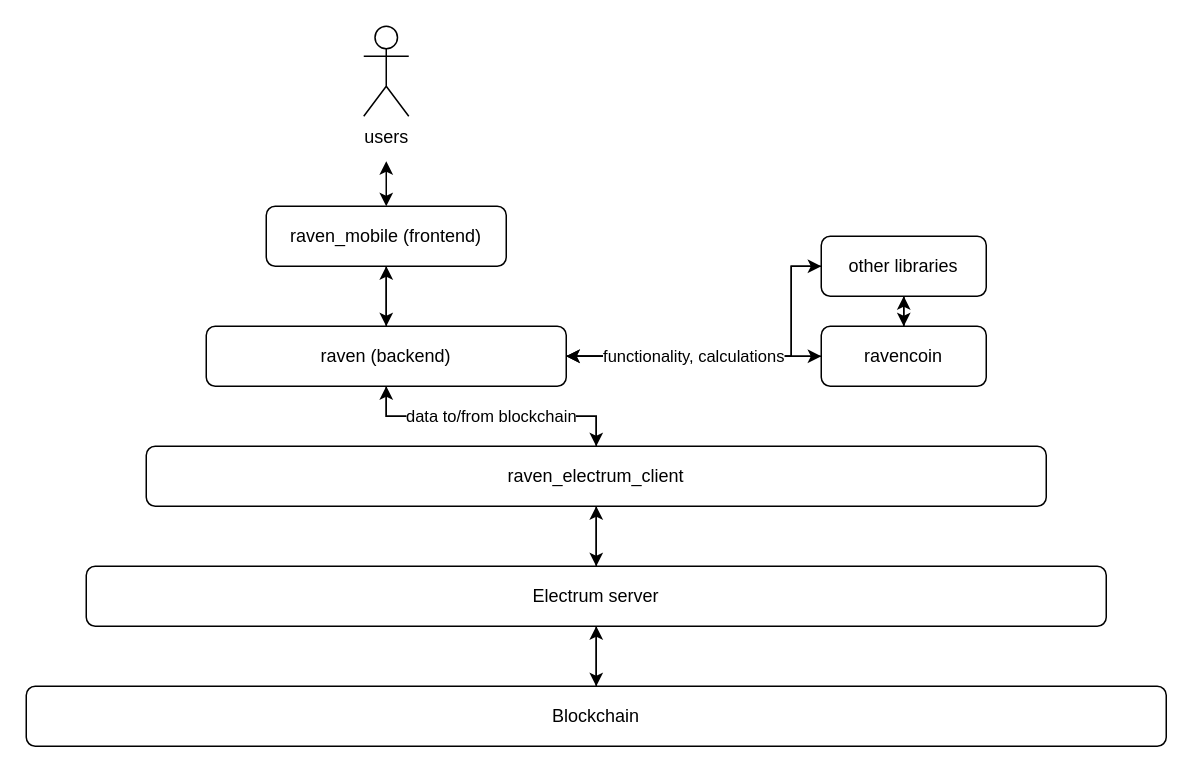
This is raven_back/docs/diagrams/communication_stack.drawio from moontreeapp/moontree, a draw.io file, before an edit. Source tidied: cells renumbered, new cells numbered last; positions are measured from the earlier drawing's top-left corner, leaving out a move shared by most shapes. Both pictures are drawn from the tidied source at 150%, with x=0, y=0 at pixel (26, 26).
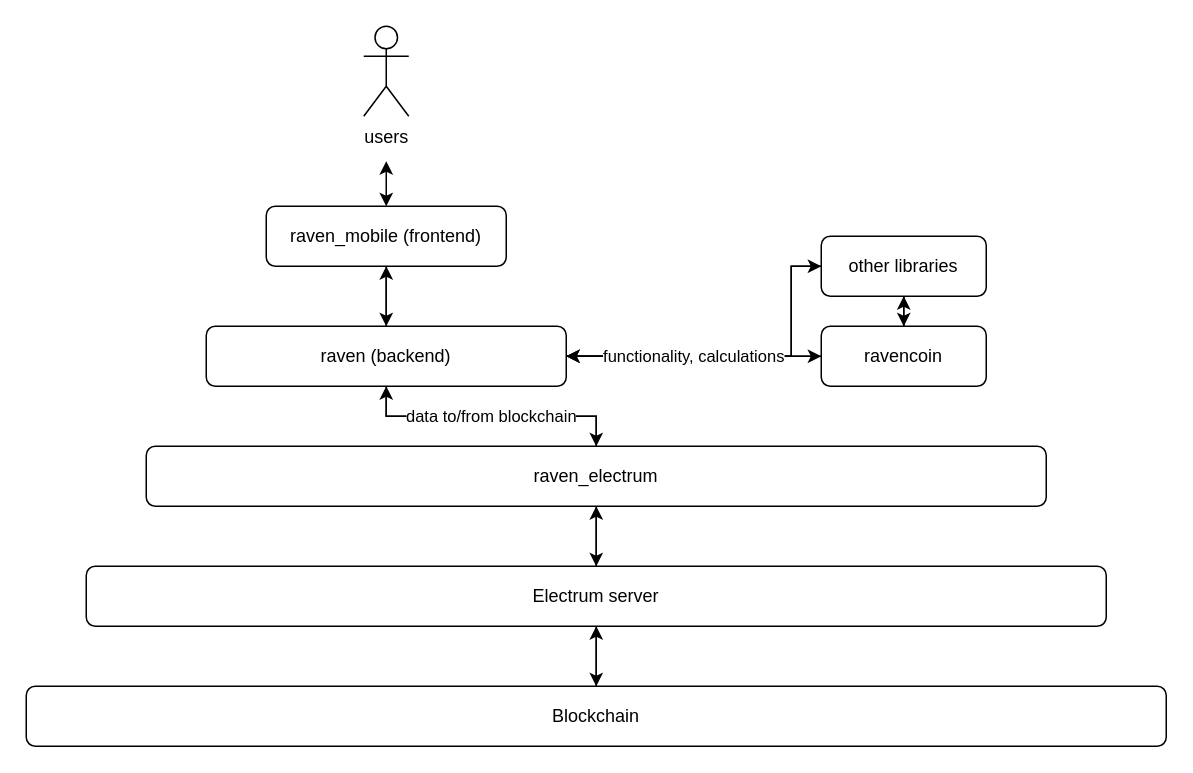
Above is the later version.

Diff of the diagram source:
```diff
@@
-    <mxCell id="10" value="raven_electrum_client" style="rounded=1;whiteSpace=wrap;html=1;" parent="1" vertex="1">
+    <mxCell id="10" value="raven_electrum" style="rounded=1;whiteSpace=wrap;html=1;" parent="1" vertex="1">
       <mxGeometry x="80" y="280" width="600" height="40" as="geometry" />
     </mxCell>
```
